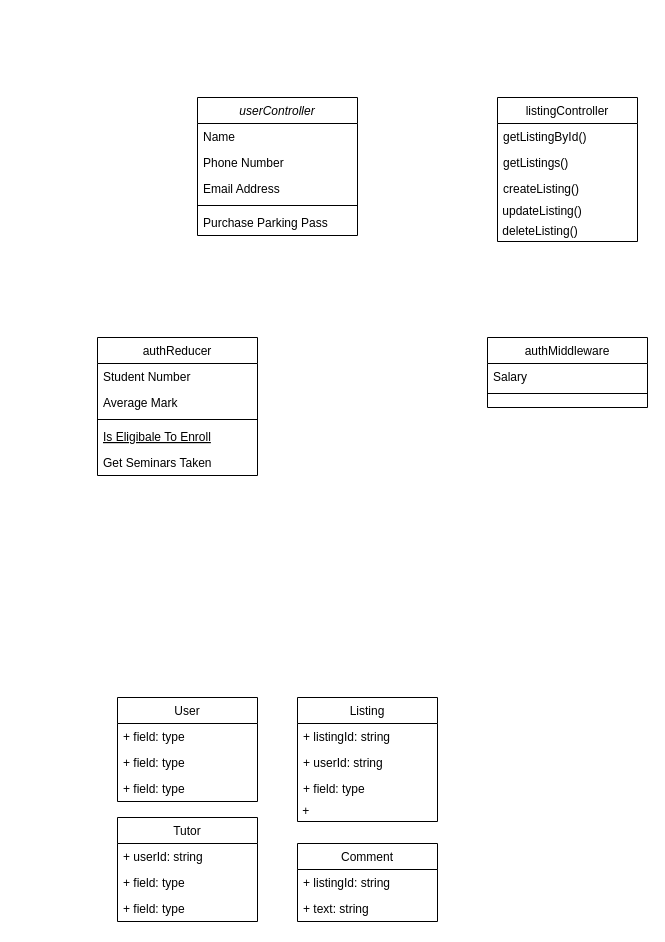
vortex200/tutor-finder-files keeps this draw.io diagram as PSI_class_diagram.drawio. Above is the earlier version. Source tidied: cells renumbered, new cells numbered last; positions are measured from the earlier drawing's top-left corner, leaving out a move shared by most shapes. Both pictures are drawn from the tidied source at 100%, with x=0, y=0 at pixel (97, 97).
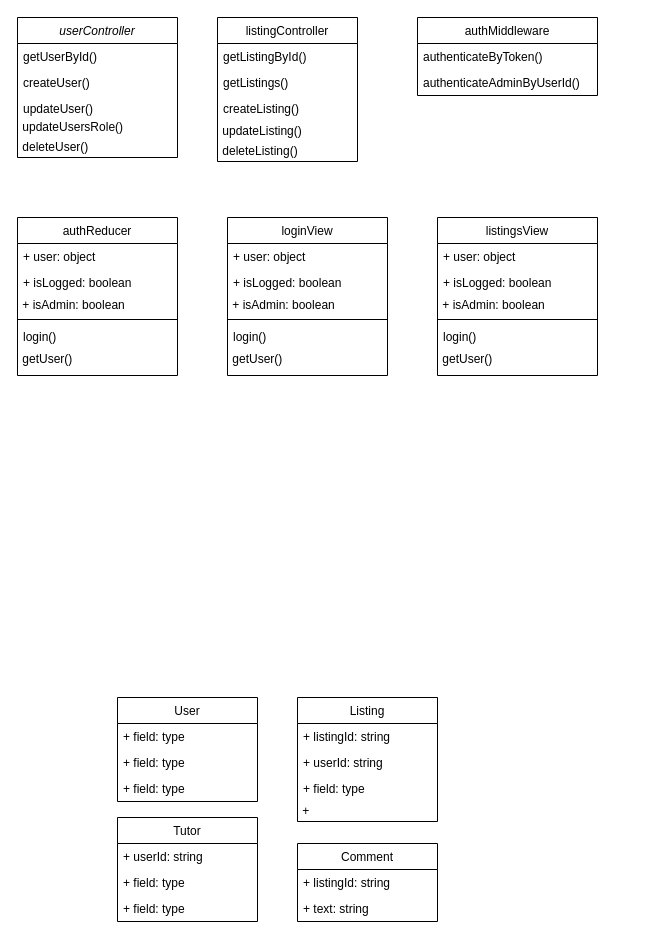
The same page after the edit.

What changed in the source:
```diff
@@
     <mxCell id="2" value="userController" style="swimlane;fontStyle=2;align=center;verticalAlign=top;horizontal=1;startSize=26;rounded=0;shadow=0;strokeWidth=1;" parent="1" vertex="1">
-      <mxGeometry x="100" width="160" height="138" as="geometry" />
+      <mxGeometry x="-80" y="-80" width="160" height="140" as="geometry" />
     </mxCell>
-    <mxCell id="3" value="Name" style="text;align=left;verticalAlign=top;spacingLeft=4;spacingRight=4;overflow=hidden;" parent="2" vertex="1">
+    <mxCell id="3" value="getUserById()" style="text;align=left;verticalAlign=top;spacingLeft=4;spacingRight=4;overflow=hidden;" parent="2" vertex="1">
       <mxGeometry y="26" width="160" height="26" as="geometry" />
     </mxCell>
-    <mxCell id="4" value="Phone Number" style="text;align=left;verticalAlign=top;spacingLeft=4;spacingRight=4;overflow=hidden;rounded=0;shadow=0;html=0;" parent="2" vertex="1">
+    <mxCell id="4" value="createUser()" style="text;align=left;verticalAlign=top;spacingLeft=4;spacingRight=4;overflow=hidden;rounded=0;shadow=0;html=0;" parent="2" vertex="1">
       <mxGeometry y="52" width="160" height="26" as="geometry" />
     </mxCell>
-    <mxCell id="5" value="Email Address" style="text;align=left;verticalAlign=top;spacingLeft=4;spacingRight=4;overflow=hidden;rounded=0;shadow=0;html=0;" parent="2" vertex="1">
-      <mxGeometry y="78" width="160" height="26" as="geometry" />
+    <mxCell id="5" value="updateUser()" style="text;align=left;verticalAlign=top;spacingLeft=4;spacingRight=4;overflow=hidden;rounded=0;shadow=0;html=0;" parent="2" vertex="1">
+      <mxGeometry y="78" width="160" height="22" as="geometry" />
     </mxCell>
-    <mxCell id="6" style="line;html=1;strokeWidth=1;align=left;verticalAlign=middle;spacingTop=-1;spacingLeft=3;spacingRight=3;labelPosition=right;" parent="2" vertex="1">
-      <mxGeometry y="104" width="160" height="8" as="geometry" />
-    </mxCell>
-    <mxCell id="7" value="Purchase Parking Pass" style="text;align=left;verticalAlign=top;spacingLeft=4;spacingRight=4;overflow=hidden;" parent="2" vertex="1">
-      <mxGeometry y="112" width="160" height="26" as="geometry" />
-    </mxCell>
+    <mxCell id="39" value="&amp;nbsp;updateUsersRole()" style="text;html=1;strokeColor=none;fillColor=none;align=left;verticalAlign=middle;whiteSpace=wrap;rounded=0;" parent="2" vertex="1">
+      <mxGeometry y="100" width="160" height="20" as="geometry" />
+    </mxCell>
+    <mxCell id="40" value="&amp;nbsp;deleteUser()" style="text;html=1;strokeColor=none;fillColor=none;align=left;verticalAlign=middle;whiteSpace=wrap;rounded=0;" parent="2" vertex="1">
+      <mxGeometry y="120" width="160" height="20" as="geometry" />
+    </mxCell>
     <mxCell id="8" value="authReducer" style="swimlane;fontStyle=0;align=center;verticalAlign=top;horizontal=1;startSize=26;rounded=0;shadow=0;strokeWidth=1;" parent="1" vertex="1">
-      <mxGeometry y="240" width="160" height="138" as="geometry" />
+      <mxGeometry x="-80" y="120" width="160" height="158" as="geometry" />
     </mxCell>
-    <mxCell id="9" value="Student Number" style="text;align=left;verticalAlign=top;spacingLeft=4;spacingRight=4;overflow=hidden;" parent="8" vertex="1">
+    <mxCell id="9" value="+ user: object" style="text;align=left;verticalAlign=top;spacingLeft=4;spacingRight=4;overflow=hidden;" parent="8" vertex="1">
       <mxGeometry y="26" width="160" height="26" as="geometry" />
     </mxCell>
-    <mxCell id="10" value="Average Mark" style="text;align=left;verticalAlign=top;spacingLeft=4;spacingRight=4;overflow=hidden;rounded=0;shadow=0;html=0;" parent="8" vertex="1">
+    <mxCell id="10" value="+ isLogged: boolean" style="text;align=left;verticalAlign=top;spacingLeft=4;spacingRight=4;overflow=hidden;rounded=0;shadow=0;html=0;" parent="8" vertex="1">
       <mxGeometry y="52" width="160" height="26" as="geometry" />
     </mxCell>
+    <mxCell id="41" value="&amp;nbsp;+ isAdmin: boolean" style="text;html=1;strokeColor=none;fillColor=none;align=left;verticalAlign=middle;whiteSpace=wrap;rounded=0;" parent="8" vertex="1">
+      <mxGeometry y="78" width="160" height="20" as="geometry" />
+    </mxCell>
     <mxCell id="11" style="line;html=1;strokeWidth=1;align=left;verticalAlign=middle;spacingTop=-1;spacingLeft=3;spacingRight=3;labelPosition=right;" parent="8" vertex="1">
-      <mxGeometry y="78" width="160" height="8" as="geometry" />
+      <mxGeometry y="98" width="160" height="8" as="geometry" />
     </mxCell>
-    <mxCell id="12" value="Is Eligibale To Enroll" style="text;align=left;verticalAlign=top;spacingLeft=4;spacingRight=4;overflow=hidden;fontStyle=4;" parent="8" vertex="1">
-      <mxGeometry y="86" width="160" height="26" as="geometry" />
-    </mxCell>
-    <mxCell id="13" value="Get Seminars Taken" style="text;align=left;verticalAlign=top;spacingLeft=4;spacingRight=4;overflow=hidden;" parent="8" vertex="1">
-      <mxGeometry y="112" width="160" height="26" as="geometry" />
+    <mxCell id="13" value="login()" style="text;align=left;verticalAlign=top;spacingLeft=4;spacingRight=4;overflow=hidden;" parent="8" vertex="1">
+      <mxGeometry y="106" width="160" height="26" as="geometry" />
     </mxCell>
-    <mxCell id="14" value="authMiddleware" style="swimlane;fontStyle=0;align=center;verticalAlign=top;horizontal=1;startSize=26;rounded=0;shadow=0;strokeWidth=1;" parent="1" vertex="1">
-      <mxGeometry x="390" y="240" width="160" height="70" as="geometry" />
-    </mxCell>
-    <mxCell id="15" value="Salary" style="text;align=left;verticalAlign=top;spacingLeft=4;spacingRight=4;overflow=hidden;" parent="14" vertex="1">
-      <mxGeometry y="26" width="160" height="26" as="geometry" />
-    </mxCell>
-    <mxCell id="16" style="line;html=1;strokeWidth=1;align=left;verticalAlign=middle;spacingTop=-1;spacingLeft=3;spacingRight=3;labelPosition=right;" parent="14" vertex="1">
-      <mxGeometry y="52" width="160" height="8" as="geometry" />
-    </mxCell>
+    <mxCell id="42" value="&amp;nbsp;getUser()" style="text;html=1;strokeColor=none;fillColor=none;align=left;verticalAlign=middle;whiteSpace=wrap;rounded=0;" parent="8" vertex="1">
+      <mxGeometry y="132" width="160" height="20" as="geometry" />
+    </mxCell>
@@
     <mxCell id="33" value="listingController" style="swimlane;fontStyle=0;horizontal=1;startSize=26;fillColor=none;" parent="1" vertex="1">
-      <mxGeometry x="400" width="140" height="144" as="geometry" />
+      <mxGeometry x="120" y="-80" width="140" height="144" as="geometry" />
     </mxCell>
@@
+    <mxCell id="14" value="authMiddleware" style="swimlane;fontStyle=0;horizontal=1;startSize=26;fillColor=none;" parent="1" vertex="1">
+      <mxGeometry x="320" y="-80" width="180" height="78" as="geometry" />
+    </mxCell>
+    <mxCell id="43" value="authenticateByToken()" style="text;strokeColor=none;fillColor=none;align=left;verticalAlign=top;spacingLeft=4;spacingRight=4;overflow=hidden;" parent="14" vertex="1">
+      <mxGeometry y="26" width="180" height="26" as="geometry" />
+    </mxCell>
+    <mxCell id="44" value="authenticateAdminByUserId()" style="text;strokeColor=none;fillColor=none;align=left;verticalAlign=top;spacingLeft=4;spacingRight=4;overflow=hidden;" parent="14" vertex="1">
+      <mxGeometry y="52" width="180" height="26" as="geometry" />
+    </mxCell>
+    <mxCell id="45" value="loginView" style="swimlane;fontStyle=0;align=center;verticalAlign=top;horizontal=1;startSize=26;rounded=0;shadow=0;strokeWidth=1;" parent="1" vertex="1">
+      <mxGeometry x="130" y="120" width="160" height="158" as="geometry" />
+    </mxCell>
+    <mxCell id="46" value="+ user: object" style="text;align=left;verticalAlign=top;spacingLeft=4;spacingRight=4;overflow=hidden;" parent="45" vertex="1">
+      <mxGeometry y="26" width="160" height="26" as="geometry" />
+    </mxCell>
+    <mxCell id="47" value="+ isLogged: boolean" style="text;align=left;verticalAlign=top;spacingLeft=4;spacingRight=4;overflow=hidden;rounded=0;shadow=0;html=0;" parent="45" vertex="1">
+      <mxGeometry y="52" width="160" height="26" as="geometry" />
+    </mxCell>
+    <mxCell id="48" value="&amp;nbsp;+ isAdmin: boolean" style="text;html=1;strokeColor=none;fillColor=none;align=left;verticalAlign=middle;whiteSpace=wrap;rounded=0;" parent="45" vertex="1">
+      <mxGeometry y="78" width="160" height="20" as="geometry" />
+    </mxCell>
+    <mxCell id="49" style="line;html=1;strokeWidth=1;align=left;verticalAlign=middle;spacingTop=-1;spacingLeft=3;spacingRight=3;labelPosition=right;" parent="45" vertex="1">
+      <mxGeometry y="98" width="160" height="8" as="geometry" />
+    </mxCell>
+    <mxCell id="50" value="login()" style="text;align=left;verticalAlign=top;spacingLeft=4;spacingRight=4;overflow=hidden;" parent="45" vertex="1">
+      <mxGeometry y="106" width="160" height="26" as="geometry" />
+    </mxCell>
+    <mxCell id="51" value="&amp;nbsp;getUser()" style="text;html=1;strokeColor=none;fillColor=none;align=left;verticalAlign=middle;whiteSpace=wrap;rounded=0;" parent="45" vertex="1">
+      <mxGeometry y="132" width="160" height="20" as="geometry" />
+    </mxCell>
+    <mxCell id="52" value="listingsView" style="swimlane;fontStyle=0;align=center;verticalAlign=top;horizontal=1;startSize=26;rounded=0;shadow=0;strokeWidth=1;" parent="1" vertex="1">
+      <mxGeometry x="340" y="120" width="160" height="158" as="geometry" />
+    </mxCell>
+    <mxCell id="53" value="+ user: object" style="text;align=left;verticalAlign=top;spacingLeft=4;spacingRight=4;overflow=hidden;" parent="52" vertex="1">
+      <mxGeometry y="26" width="160" height="26" as="geometry" />
+    </mxCell>
+    <mxCell id="54" value="+ isLogged: boolean" style="text;align=left;verticalAlign=top;spacingLeft=4;spacingRight=4;overflow=hidden;rounded=0;shadow=0;html=0;" parent="52" vertex="1">
+      <mxGeometry y="52" width="160" height="26" as="geometry" />
+    </mxCell>
+    <mxCell id="55" value="&amp;nbsp;+ isAdmin: boolean" style="text;html=1;strokeColor=none;fillColor=none;align=left;verticalAlign=middle;whiteSpace=wrap;rounded=0;" parent="52" vertex="1">
+      <mxGeometry y="78" width="160" height="20" as="geometry" />
+    </mxCell>
+    <mxCell id="56" style="line;html=1;strokeWidth=1;align=left;verticalAlign=middle;spacingTop=-1;spacingLeft=3;spacingRight=3;labelPosition=right;" parent="52" vertex="1">
+      <mxGeometry y="98" width="160" height="8" as="geometry" />
+    </mxCell>
+    <mxCell id="57" value="login()" style="text;align=left;verticalAlign=top;spacingLeft=4;spacingRight=4;overflow=hidden;" parent="52" vertex="1">
+      <mxGeometry y="106" width="160" height="26" as="geometry" />
+    </mxCell>
+    <mxCell id="58" value="&amp;nbsp;getUser()" style="text;html=1;strokeColor=none;fillColor=none;align=left;verticalAlign=middle;whiteSpace=wrap;rounded=0;" parent="52" vertex="1">
+      <mxGeometry y="132" width="160" height="20" as="geometry" />
+    </mxCell>
```
